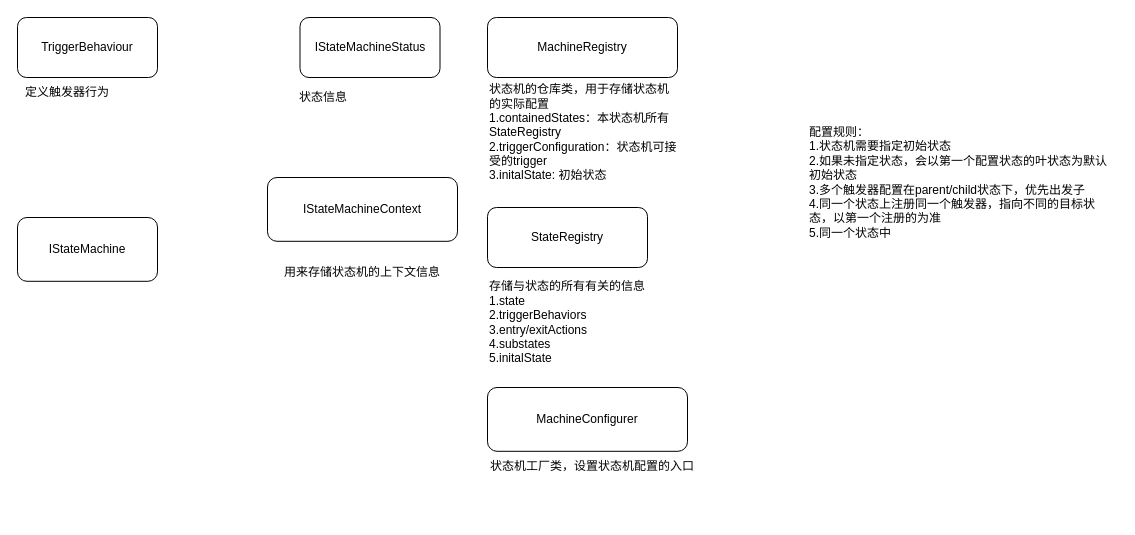
This is statemachine.drawio from aoxiangdegezi/hello-world, a draw.io file, before an edit. Source tidied: cells renumbered, new cells numbered last; positions are measured from the earlier drawing's top-left corner, leaving out a move shared by most shapes. Both pictures are drawn from the tidied source at 100%, with x=0, y=0 at pixel (17, 17).
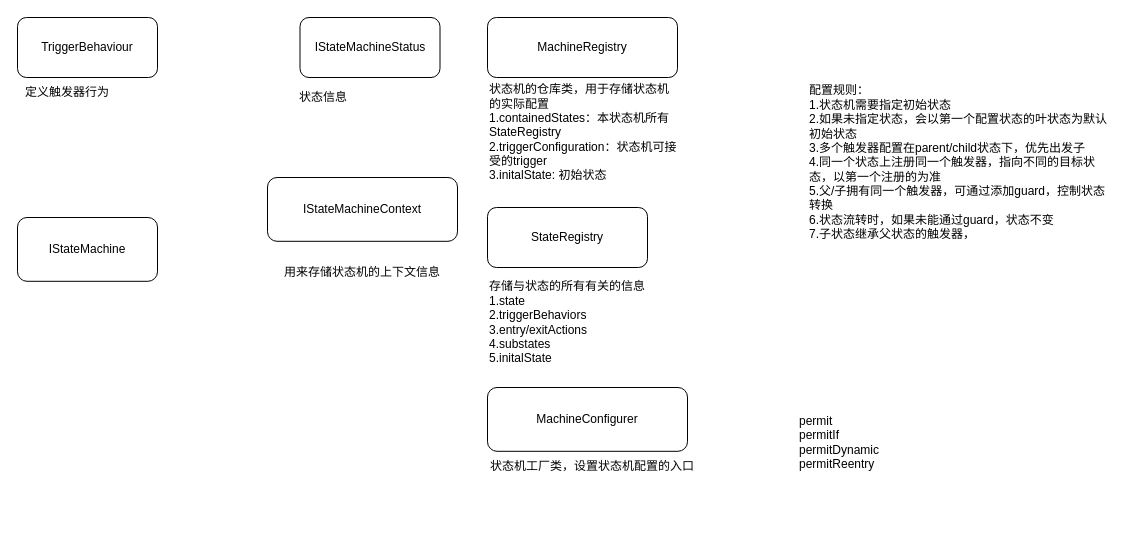
The same page after the edit.

The edit, as a diff of the source:
```diff
@@
-    <mxCell id="21" value="配置规则：&lt;div&gt;1.状态机需要指定初始状态&lt;/div&gt;&lt;div&gt;2.如果未指定状态，会以第一个配置状态的叶状态为默认初始状态&lt;/div&gt;&lt;div&gt;3.多个触发器配置在parent/child状态下，优先出发子&lt;/div&gt;&lt;div&gt;4.同一个状态上注册同一个触发器，指向不同的目标状态，以第一个注册的为准&lt;/div&gt;&lt;div&gt;5.同一个状态中&lt;/div&gt;" style="text;strokeColor=none;align=left;fillColor=none;html=1;verticalAlign=middle;whiteSpace=wrap;rounded=0;" parent="1" vertex="1">
-      <mxGeometry x="790" y="10" width="310" height="310" as="geometry" />
+    <mxCell id="21" value="配置规则：&lt;div&gt;1.状态机需要指定初始状态&lt;/div&gt;&lt;div&gt;2.如果未指定状态，会以第一个配置状态的叶状态为默认初始状态&lt;/div&gt;&lt;div&gt;3.多个触发器配置在parent/child状态下，优先出发子&lt;/div&gt;&lt;div&gt;4.同一个状态上注册同一个触发器，指向不同的目标状态，以第一个注册的为准&lt;/div&gt;&lt;div&gt;5.父/子拥有同一个触发器，可通过添加guard，控制状态转换&lt;/div&gt;&lt;div&gt;6.状态流转时，如果未能通过guard，状态不变&lt;/div&gt;&lt;div&gt;7.子状态继承父状态的触发器，&lt;/div&gt;" style="text;strokeColor=none;align=left;fillColor=none;html=1;verticalAlign=middle;whiteSpace=wrap;rounded=0;" parent="1" vertex="1">
+      <mxGeometry x="790" y="10" width="310" height="270" as="geometry" />
     </mxCell>
+    <mxCell id="22" value="permit&lt;div&gt;permitIf&lt;/div&gt;&lt;div&gt;permitDynamic&lt;/div&gt;&lt;div&gt;permitReentry&lt;/div&gt;" style="text;strokeColor=none;align=left;fillColor=none;html=1;verticalAlign=middle;whiteSpace=wrap;rounded=0;" parent="1" vertex="1">
+      <mxGeometry x="780" y="350" width="270" height="150" as="geometry" />
+    </mxCell>
```
